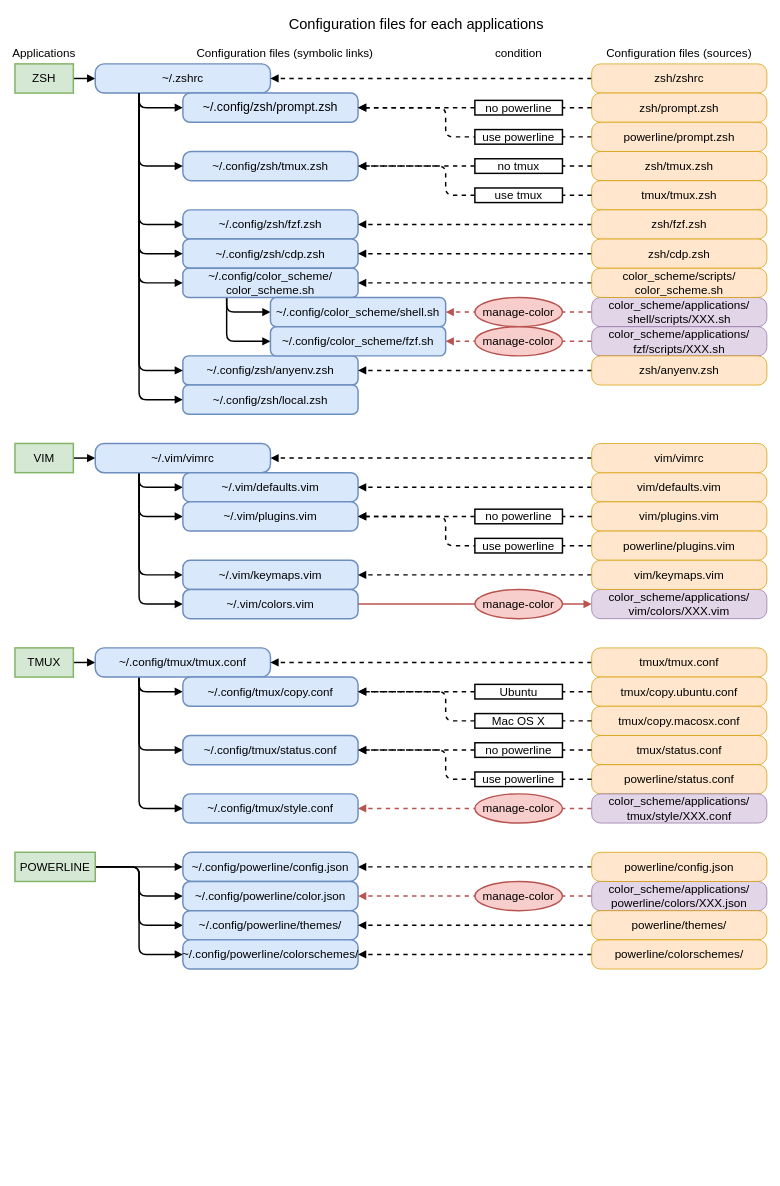
tetutaro/dotfiles keeps this draw.io diagram as configfiles.drawio. Above is the earlier version. Source tidied: cells renumbered, new cells numbered last; positions are measured from the earlier drawing's top-left corner, leaving out a move shared by most shapes. Both pictures are drawn from the tidied source at 73%, with x=0, y=0 at pixel (15, 12).
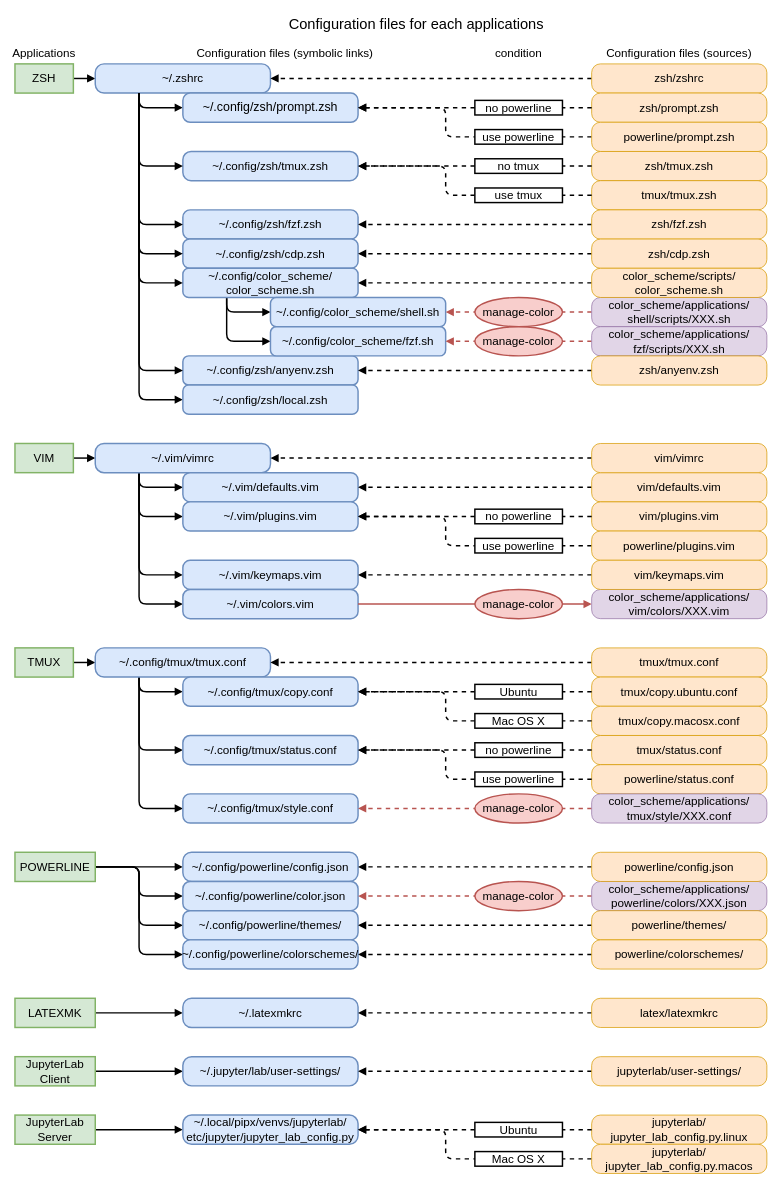
The same page after the edit.

Commit message (it also covers changes not shown here):
add latexmk, jupyterlab

What changed in the source:
```diff
@@
+    <mxCell id="134" style="edgeStyle=orthogonalEdgeStyle;rounded=0;jettySize=auto;html=1;exitX=1;exitY=0.5;exitDx=0;exitDy=0;strokeWidth=2;endArrow=block;endFill=1;" parent="1" edge="1" source="135" target="136">
+      <mxGeometry relative="1" as="geometry" />
+    </mxCell>
+    <mxCell id="135" value="LATEXMK" style="rounded=0;whiteSpace=wrap;html=1;strokeWidth=2;fillColor=#d5e8d4;strokeColor=#82b366;fontSize=16;" parent="1" vertex="1">
+      <mxGeometry y="1350" width="110" height="40" as="geometry" />
+    </mxCell>
+    <mxCell id="136" value="~/.latexmkrc" style="rounded=1;whiteSpace=wrap;html=1;arcSize=30;strokeWidth=2;fillColor=#dae8fc;strokeColor=#6c8ebf;fontSize=16;" parent="1" vertex="1">
+      <mxGeometry x="230" y="1350" width="240" height="40" as="geometry" />
+    </mxCell>
+    <mxCell id="137" style="edgeStyle=orthogonalEdgeStyle;rounded=1;jettySize=auto;html=1;exitX=0;exitY=0.5;exitDx=0;exitDy=0;entryX=1;entryY=0.5;entryDx=0;entryDy=0;endArrow=block;endFill=1;strokeWidth=2;dashed=1;" parent="1" edge="1" source="138" target="136">
+      <mxGeometry relative="1" as="geometry" />
+    </mxCell>
+    <mxCell id="138" value="latex/latexmkrc" style="rounded=1;whiteSpace=wrap;html=1;arcSize=30;fillColor=#ffe6cc;strokeColor=#d79b00;fontSize=16;" parent="1" vertex="1">
+      <mxGeometry x="790" y="1350" width="240" height="40" as="geometry" />
+    </mxCell>
+    <mxCell id="139" style="edgeStyle=orthogonalEdgeStyle;rounded=0;jettySize=auto;html=1;exitX=1;exitY=0.5;exitDx=0;exitDy=0;entryX=0;entryY=0.5;entryDx=0;entryDy=0;endArrow=block;endFill=1;strokeWidth=2;" parent="1" edge="1" source="140" target="141">
+      <mxGeometry relative="1" as="geometry" />
+    </mxCell>
+    <mxCell id="140" value="JupyterLab&lt;br&gt;Client" style="rounded=0;whiteSpace=wrap;html=1;strokeWidth=2;fillColor=#d5e8d4;strokeColor=#82b366;fontSize=16;" parent="1" vertex="1">
+      <mxGeometry y="1430" width="110" height="40" as="geometry" />
+    </mxCell>
+    <mxCell id="141" value="~/.jupyter/lab/user-settings/" style="rounded=1;whiteSpace=wrap;html=1;arcSize=30;strokeWidth=2;fillColor=#dae8fc;strokeColor=#6c8ebf;fontSize=16;" parent="1" vertex="1">
+      <mxGeometry x="230" y="1430" width="240" height="40" as="geometry" />
+    </mxCell>
+    <mxCell id="142" style="edgeStyle=orthogonalEdgeStyle;rounded=0;jettySize=auto;html=1;exitX=0;exitY=0.5;exitDx=0;exitDy=0;entryX=1;entryY=0.5;entryDx=0;entryDy=0;endArrow=block;endFill=1;strokeWidth=2;dashed=1;" parent="1" edge="1" source="143" target="141">
+      <mxGeometry relative="1" as="geometry" />
+    </mxCell>
+    <mxCell id="143" value="jupyterlab/user-settings/" style="rounded=1;whiteSpace=wrap;html=1;arcSize=30;fillColor=#ffe6cc;strokeColor=#d79b00;fontSize=16;" parent="1" vertex="1">
+      <mxGeometry x="790" y="1430" width="240" height="40" as="geometry" />
+    </mxCell>
+    <mxCell id="144" style="edgeStyle=orthogonalEdgeStyle;rounded=1;jettySize=auto;html=1;exitX=1;exitY=0.5;exitDx=0;exitDy=0;entryX=0;entryY=0.5;entryDx=0;entryDy=0;endArrow=block;endFill=1;strokeWidth=2;" parent="1" edge="1" source="145" target="146">
+      <mxGeometry relative="1" as="geometry" />
+    </mxCell>
+    <mxCell id="145" value="JupyterLab&lt;br&gt;Server" style="rounded=0;whiteSpace=wrap;html=1;strokeWidth=2;fillColor=#d5e8d4;strokeColor=#82b366;fontSize=16;" parent="1" vertex="1">
+      <mxGeometry y="1510" width="110" height="40" as="geometry" />
+    </mxCell>
+    <mxCell id="146" value="~/.local/pipx/venvs/jupyterlab/&lt;br&gt;etc/jupyter/jupyter_lab_config.py" style="rounded=1;whiteSpace=wrap;html=1;arcSize=30;strokeWidth=2;fillColor=#dae8fc;strokeColor=#6c8ebf;fontSize=16;" parent="1" vertex="1">
+      <mxGeometry x="230" y="1510" width="240" height="40" as="geometry" />
+    </mxCell>
+    <mxCell id="147" style="edgeStyle=orthogonalEdgeStyle;rounded=0;jettySize=auto;html=1;exitX=0;exitY=0.5;exitDx=0;exitDy=0;entryX=1;entryY=0.5;entryDx=0;entryDy=0;endArrow=block;endFill=1;strokeWidth=2;dashed=1;startArrow=none;" parent="1" edge="1" source="151" target="146">
+      <mxGeometry relative="1" as="geometry" />
+    </mxCell>
+    <mxCell id="148" value="jupyterlab/&lt;br&gt;jupyter_lab_config.py.linux" style="rounded=1;whiteSpace=wrap;html=1;arcSize=30;fillColor=#ffe6cc;strokeColor=#d79b00;fontSize=16;" parent="1" vertex="1">
+      <mxGeometry x="790" y="1510" width="240" height="40" as="geometry" />
+    </mxCell>
+    <mxCell id="149" style="edgeStyle=orthogonalEdgeStyle;rounded=1;jettySize=auto;html=1;exitX=0;exitY=0.5;exitDx=0;exitDy=0;endArrow=block;endFill=1;strokeWidth=2;dashed=1;startArrow=none;" parent="1" edge="1" source="150" target="146">
+      <mxGeometry relative="1" as="geometry">
+        <Array as="points">
+          <mxPoint x="590" y="1570" />
+          <mxPoint x="590" y="1530" />
+        </Array>
+      </mxGeometry>
+    </mxCell>
+    <mxCell id="150" value="jupyterlab/&lt;br&gt;jupyter_lab_config.py.macos" style="rounded=1;whiteSpace=wrap;html=1;arcSize=30;fillColor=#ffe6cc;strokeColor=#d79b00;fontSize=16;" parent="1" vertex="1">
+      <mxGeometry x="790" y="1550" width="240" height="40" as="geometry" />
+    </mxCell>
+    <mxCell id="151" value="Ubuntu" style="rounded=0;whiteSpace=wrap;html=1;fontSize=16;strokeWidth=2;" parent="1" vertex="1">
+      <mxGeometry x="630" y="1520" width="120" height="20" as="geometry" />
+    </mxCell>
+    <mxCell id="152" style="edgeStyle=orthogonalEdgeStyle;rounded=0;jettySize=auto;html=1;exitX=0;exitY=0.5;exitDx=0;exitDy=0;entryX=1;entryY=0.5;entryDx=0;entryDy=0;endArrow=none;endFill=1;strokeWidth=2;dashed=1;" parent="1" edge="1" source="148" target="151">
+      <mxGeometry relative="1" as="geometry" />
+    </mxCell>
+    <mxCell id="153" value="Mac OS X" style="rounded=0;whiteSpace=wrap;html=1;fontSize=16;strokeWidth=2;" parent="1" vertex="1">
+      <mxGeometry x="630" y="1560" width="120" height="20" as="geometry" />
+    </mxCell>
```
